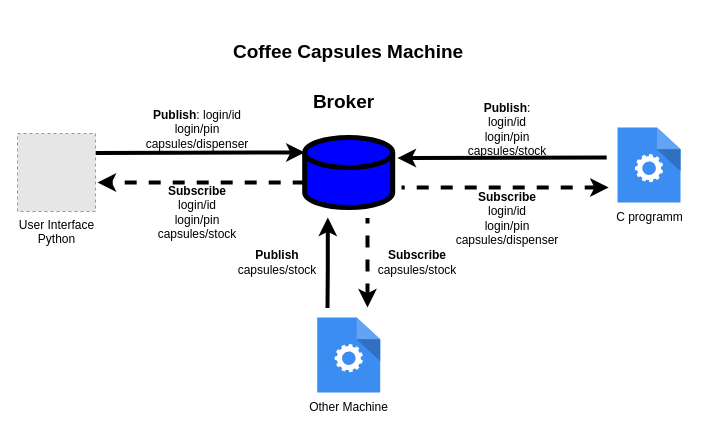
Before: Diagrams/1 - Draw.io/MQTT diagram.drawio in joaomiguelpassos/CSLAB, a draw.io diagram. Source tidied: cells renumbered, new cells numbered last; positions are measured from the earlier drawing's top-left corner, leaving out a move shared by most shapes. Both pictures are drawn from the tidied source at 100%, with x=0, y=0 at pixel (17, 17). Pictures stored in the file or linked from it are replaced by grey dashed boxes.
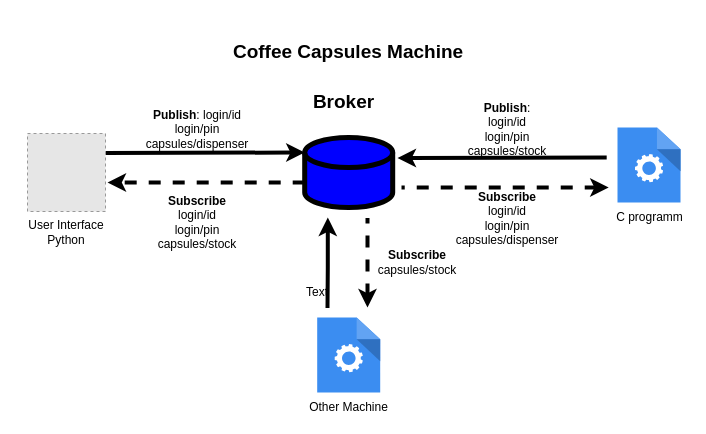
After the change.

Commit message (it also covers changes not shown here):
MQTT diagram change

Diff of the diagram source:
```diff
@@
     <mxCell id="8" value="&lt;b&gt;Subscribe&lt;/b&gt;&lt;br&gt;login/id&lt;br&gt;login/pin&lt;br&gt;capsules/stock" style="text;html=1;strokeColor=none;fillColor=none;align=center;verticalAlign=middle;whiteSpace=wrap;rounded=0;rotation=0;" parent="1" vertex="1">
-      <mxGeometry x="150" y="180" width="60" height="30" as="geometry" />
+      <mxGeometry x="150" y="180" width="60" height="50" as="geometry" />
     </mxCell>
-    <mxCell id="9" value="&lt;span style=&quot;background-color: rgb(255 , 255 , 255)&quot;&gt;User Interface&lt;br&gt;Python&lt;/span&gt;" style="fillColor=#E6E6E6;strokeColor=#999999;dashed=1;html=1;verticalAlign=top;verticalLabelPosition=bottom;labelBackgroundColor=#ffffff;" parent="1" vertex="1">
-      <mxGeometry y="116" width="78" height="78" as="geometry" />
+    <mxCell id="9" value="&lt;span style=&quot;background-color: rgb(255 , 255 , 255)&quot;&gt;&lt;br&gt;&lt;/span&gt;" style="fillColor=#E6E6E6;strokeColor=#999999;dashed=1;html=1;verticalAlign=top;verticalLabelPosition=bottom;labelBackgroundColor=#ffffff;" parent="1" vertex="1">
+      <mxGeometry x="10" y="116" width="78" height="78" as="geometry" />
     </mxCell>
@@
-    <mxCell id="21" value="&lt;b&gt;Publish&lt;/b&gt;&lt;br&gt;capsules/stock" style="text;html=1;strokeColor=none;fillColor=none;align=center;verticalAlign=middle;whiteSpace=wrap;rounded=0;rotation=0;" parent="1" vertex="1">
-      <mxGeometry x="230" y="230" width="60" height="30" as="geometry" />
+    <mxCell id="21" value="User Interface&lt;br&gt;Python" style="text;html=1;strokeColor=none;fillColor=none;align=center;verticalAlign=middle;whiteSpace=wrap;rounded=0;rotation=0;" parent="1" vertex="1">
+      <mxGeometry x="4" y="200" width="90" height="30" as="geometry" />
     </mxCell>
+    <mxCell id="22" value="Text" style="text;html=1;strokeColor=none;fillColor=none;align=center;verticalAlign=middle;whiteSpace=wrap;rounded=0;" parent="1" vertex="1">
+      <mxGeometry x="270" y="260" width="60" height="30" as="geometry" />
+    </mxCell>
```
